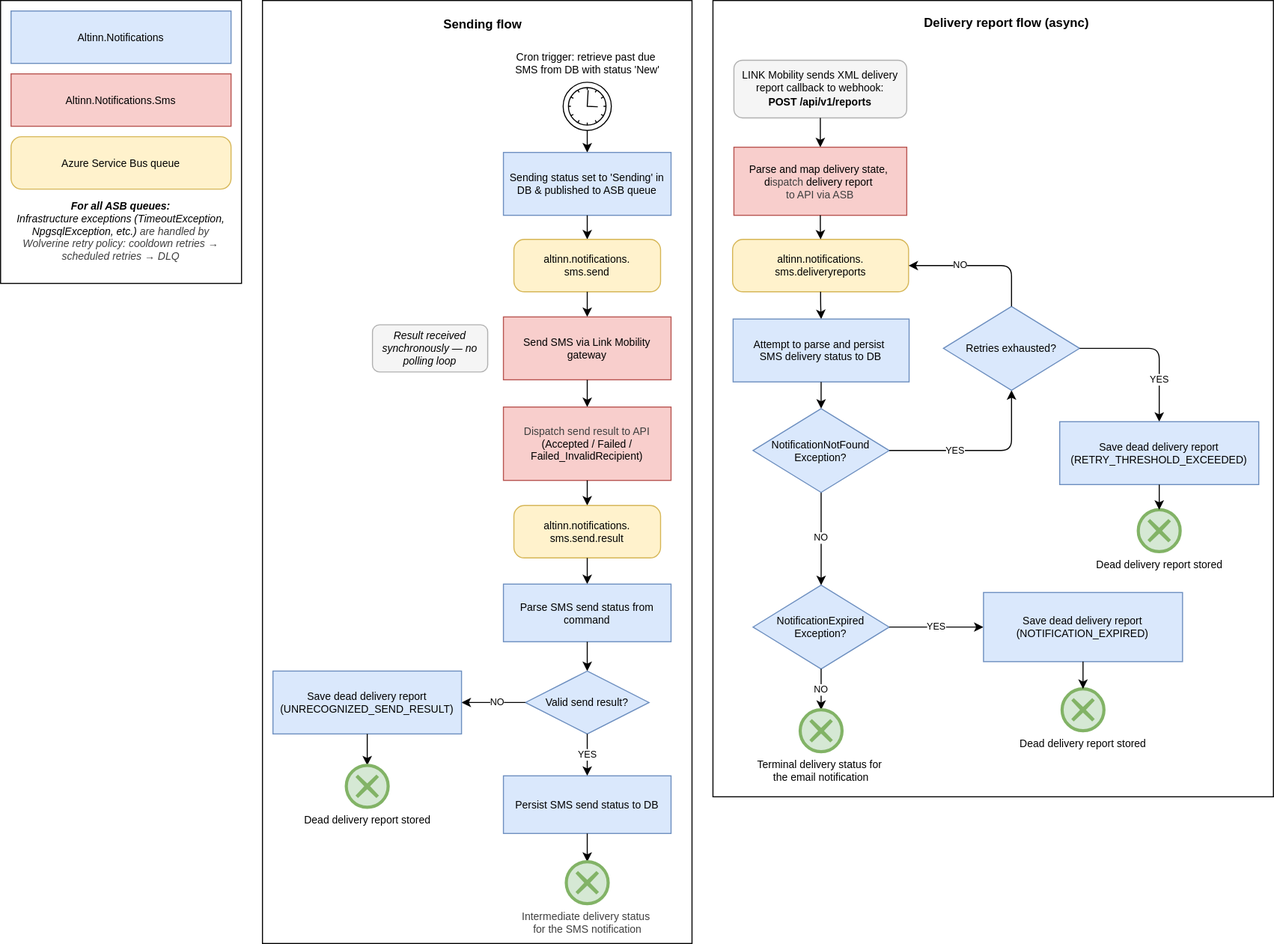
This is docs/architecture/diagrams/flowchart-sms-notifications-process.svg from Altinn/altinn-notifications, a draw.io export, as it was before one commit. Source tidied: cells renumbered, new cells last; positions are measured from the earlier drawing's top-left corner, leaving out a move shared by most shapes.
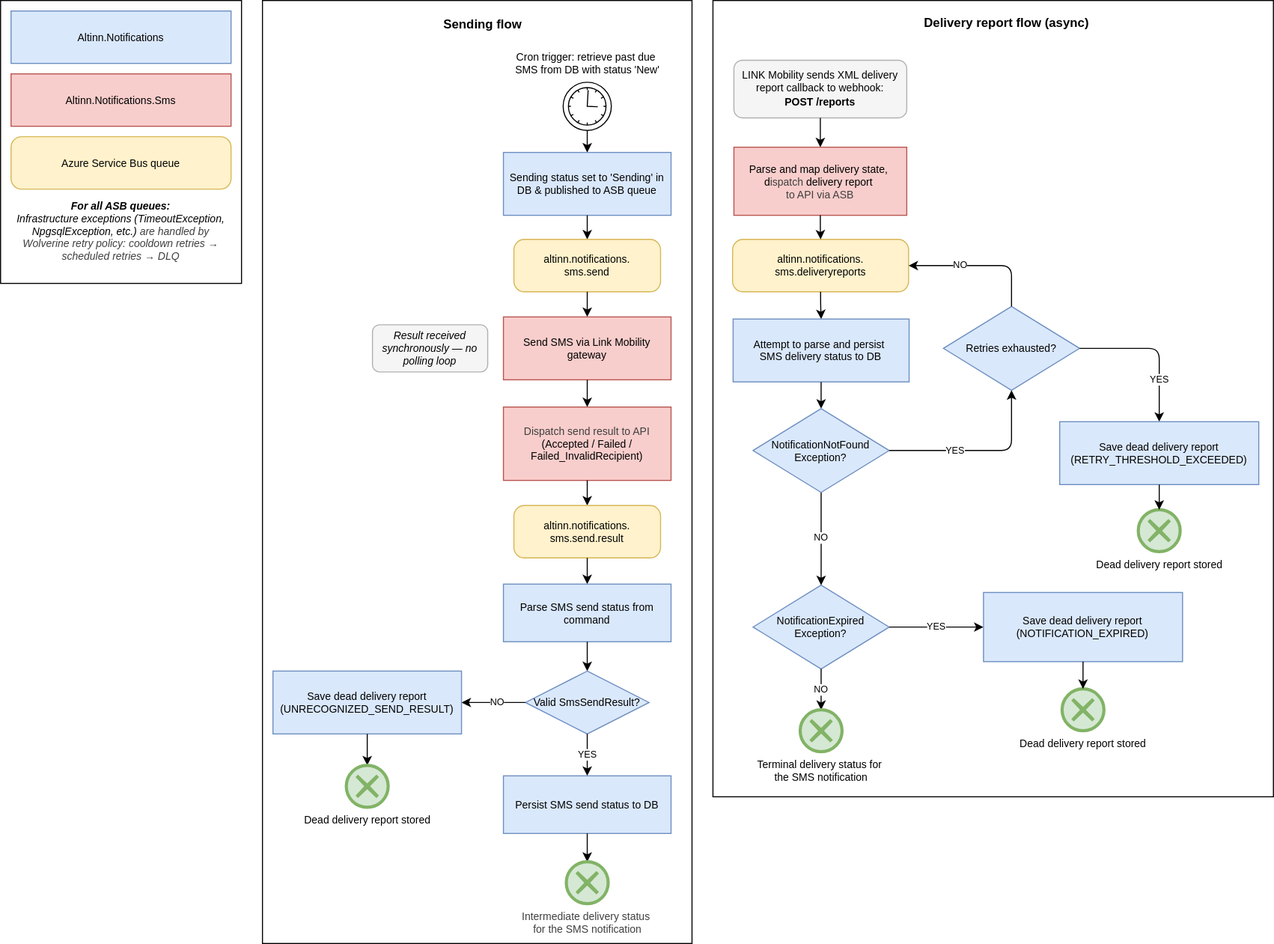
After the commit.

Commit message:
Specify send result types

The edit, as a diff of the source:
```diff
@@ -77,7 +77,7 @@
     <mxCell id="26" style="edgeStyle=orthogonalEdgeStyle;html=1;exitX=0.5;exitY=1;exitDx=0;exitDy=0;" parent="1" edge="1" source="25" target="27">
       <mxGeometry relative="1" as="geometry" />
     </mxCell>
-    <mxCell id="27" value="Valid send result?" style="rhombus;whiteSpace=wrap;html=1;fontSize=10;fillColor=#dae8fc;strokeColor=#6c8ebf;" parent="1" vertex="1">
+    <mxCell id="27" value="Valid SmsSendResult?" style="rhombus;whiteSpace=wrap;html=1;fontSize=10;fillColor=#dae8fc;strokeColor=#6c8ebf;" parent="1" vertex="1">
       <mxGeometry x="501" y="640" width="118" height="60" as="geometry" />
     </mxCell>
     <mxCell id="28" value="YES" style="edgeStyle=orthogonalEdgeStyle;html=1;exitX=0.5;exitY=1;exitDx=0;exitDy=0;fontSize=9;" parent="1" edge="1" source="27" target="29">
@@ -104,7 +104,7 @@
     <mxCell id="35" value="&lt;font&gt;Dead delivery report stored&lt;/font&gt;" style="points=[[0.145,0.145,0],[0.5,0,0],[0.855,0.145,0],[1,0.5,0],[0.855,0.855,0],[0.5,1,0],[0.145,0.855,0],[0,0.5,0]];shape=mxgraph.bpmn.event;html=1;verticalLabelPosition=bottom;labelBackgroundColor=#ffffff;verticalAlign=top;align=center;perimeter=ellipsePerimeter;outlineConnect=0;outline=end;symbol=cancel;fillColor=#d5e8d4;strokeColor=#82b366;fontSize=10;" parent="1" vertex="1">
       <mxGeometry x="330" y="730" width="40" height="40" as="geometry" />
     </mxCell>
-    <mxCell id="36" value="&lt;font&gt;LINK Mobility sends XML delivery report callback to webhook:&lt;/font&gt;&lt;div&gt;&lt;div&gt;&lt;font&gt;&lt;b style=&quot;line-height: 150%;&quot;&gt;POST /api/v1/reports&lt;/b&gt;&lt;/font&gt;&lt;/div&gt;&lt;/div&gt;" style="rounded=1;whiteSpace=wrap;html=1;fillColor=#f5f5f5;strokeColor=#b0b0b0;fontSize=10;" parent="1" vertex="1">
+    <mxCell id="36" value="&lt;font&gt;LINK Mobility sends XML delivery report callback to webhook:&lt;/font&gt;&lt;div&gt;&lt;div&gt;&lt;font&gt;&lt;b style=&quot;line-height: 150%;&quot;&gt;POST /reports&lt;/b&gt;&lt;/font&gt;&lt;/div&gt;&lt;/div&gt;" style="rounded=1;whiteSpace=wrap;html=1;fillColor=#f5f5f5;strokeColor=#b0b0b0;fontSize=10;" parent="1" vertex="1">
       <mxGeometry x="700" y="57" width="165" height="55" as="geometry" />
     </mxCell>
     <mxCell id="37" style="edgeStyle=orthogonalEdgeStyle;html=1;" parent="1" edge="1" source="36" target="38">
@@ -179,7 +179,7 @@
     <mxCell id="57" style="edgeStyle=orthogonalEdgeStyle;html=1;" parent="1" edge="1" source="55" target="56">
       <mxGeometry relative="1" as="geometry" />
     </mxCell>
-    <mxCell id="58" value="&lt;font&gt;Terminal delivery status for&amp;nbsp;&lt;/font&gt;&lt;div&gt;&lt;font&gt;the email notification&lt;/font&gt;&lt;/div&gt;" style="points=[[0.145,0.145,0],[0.5,0,0],[0.855,0.145,0],[1,0.5,0],[0.855,0.855,0],[0.5,1,0],[0.145,0.855,0],[0,0.5,0]];shape=mxgraph.bpmn.event;html=1;verticalLabelPosition=bottom;labelBackgroundColor=#ffffff;verticalAlign=top;align=center;perimeter=ellipsePerimeter;outlineConnect=0;outline=end;symbol=cancel;fillColor=#d5e8d4;strokeColor=#82b366;fontSize=10;" parent="1" vertex="1">
+    <mxCell id="58" value="&lt;font&gt;Terminal delivery status for&amp;nbsp;&lt;/font&gt;&lt;div&gt;&lt;font&gt;the SMS notification&lt;/font&gt;&lt;/div&gt;" style="points=[[0.145,0.145,0],[0.5,0,0],[0.855,0.145,0],[1,0.5,0],[0.855,0.855,0],[0.5,1,0],[0.145,0.855,0],[0,0.5,0]];shape=mxgraph.bpmn.event;html=1;verticalLabelPosition=bottom;labelBackgroundColor=#ffffff;verticalAlign=top;align=center;perimeter=ellipsePerimeter;outlineConnect=0;outline=end;symbol=cancel;fillColor=#d5e8d4;strokeColor=#82b366;fontSize=10;" parent="1" vertex="1">
       <mxGeometry x="763.2" y="677" width="40" height="40" as="geometry" />
     </mxCell>
     <mxCell id="59" style="edgeStyle=orthogonalEdgeStyle;html=1;exitX=0.5;exitY=1;exitDx=0;exitDy=0;entryX=0.5;entryY=0;entryDx=0;entryDy=0;" parent="1" edge="1" source="38" target="39">
```
